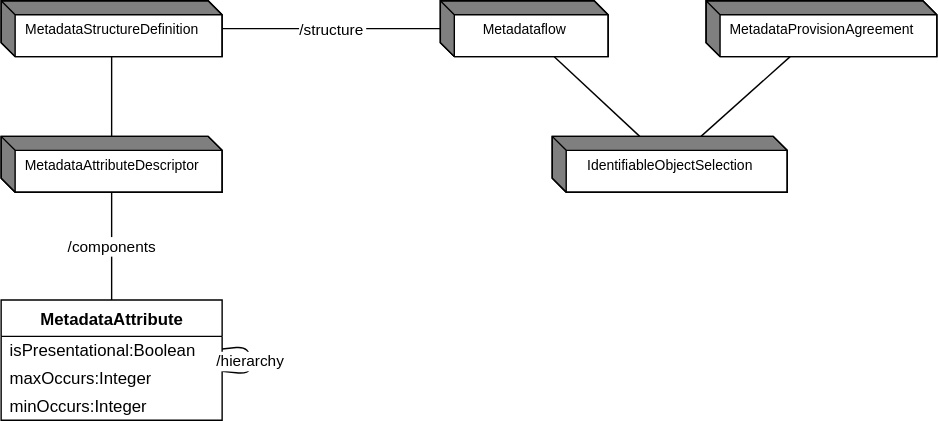
This is docs/information_model/media/sdmx_metadatastructure-metadatastructure_relationship.svg from sdmx-twg/sdmx-im, a draw.io export, as it was before one commit. Source tidied: cells renumbered, new cells last; positions are measured from the earlier drawing's top-left corner, leaving out a move shared by most shapes.
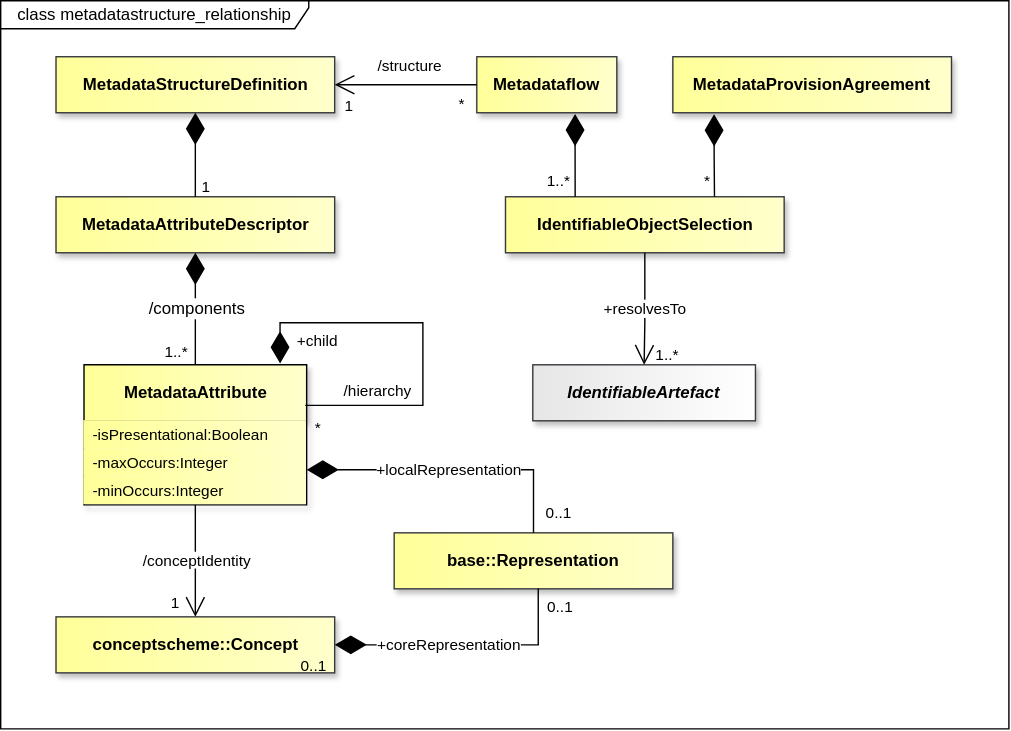
The same diagram one commit later.

What changed in the source:
```diff
@@ -2,83 +2,178 @@
   <root>
     <mxCell id="0" />
     <mxCell id="1" parent="0" />
+    <mxCell id="28" value="class metadatastructure_relationship" style="shape=umlFrame;whiteSpace=wrap;html=1;fillColor=light-dark(#FFFFFF,#121212);swimlaneFillColor=light-dark(#FFFFFF,#121212);width=220;height=20;" parent="1" vertex="1">
+      <mxGeometry x="-26" y="-70" width="720" height="520" as="geometry" />
+    </mxCell>
+    <mxCell id="11" style="endArrow=none;" parent="1" edge="1">
+      <mxGeometry relative="1" as="geometry" />
+    </mxCell>
+    <mxCell id="12" style="endArrow=none;" parent="1" edge="1">
+      <mxGeometry relative="1" as="geometry" />
+    </mxCell>
+    <mxCell id="18" style="endArrow=none;" parent="1" edge="1">
+      <mxGeometry relative="1" as="geometry" />
+    </mxCell>
-    <mxCell id="2" value="MetadataStructureDefinition" style="shape=mxgraph.dfd.externalEntity;fontSize=10;" parent="1" vertex="1">
-      <mxGeometry width="158" height="40" as="geometry" />
+    <mxCell id="2" value="&lt;span&gt;&lt;span&gt;MetadataStructureDefinition&lt;/span&gt;&lt;/span&gt;" style="whiteSpace=wrap;html=1;verticalAlign=middle;gradientDirection=east;imageVerticalAlign=top;fontStyle=1;fillColor=light-dark(#FFFF99,#FFFF99);strokeColor=#36393d;fontColor=light-dark(#000000,#000000);gradientColor=light-dark(#FFFFCC,#FFFFCC);shadow=1;" parent="1" vertex="1">
+      <mxGeometry x="13.5" y="-30" width="199" height="40" as="geometry" />
     </mxCell>
-    <mxCell id="3" value="IdentifiableObjectSelection" style="shape=mxgraph.dfd.externalEntity;fontSize=10;" parent="1" vertex="1">
-      <mxGeometry x="394" y="97" width="168" height="40" as="geometry" />
-    </mxCell>
-    <mxCell id="4" value="MetadataAttributeDescriptor" style="shape=mxgraph.dfd.externalEntity;fontSize=10;" parent="1" vertex="1">
-      <mxGeometry y="97" width="158" height="40" as="geometry" />
-    </mxCell>
-    <mxCell id="5" value="Metadataflow" style="shape=mxgraph.dfd.externalEntity;fontSize=10;" parent="1" vertex="1">
-      <mxGeometry x="314" width="120" height="40" as="geometry" />
+    <mxCell id="5" value="&lt;span&gt;&lt;span&gt;Metadataflow&lt;/span&gt;&lt;/span&gt;" style="whiteSpace=wrap;html=1;verticalAlign=middle;gradientDirection=east;imageVerticalAlign=top;fontStyle=1;fillColor=light-dark(#FFFF99,#FFFF99);strokeColor=#36393d;fontColor=light-dark(#000000,#000000);gradientColor=light-dark(#FFFFCC,#FFFFCC);shadow=1;" parent="1" vertex="1">
+      <mxGeometry x="314" y="-30" width="100" height="40" as="geometry" />
     </mxCell>
-    <mxCell id="6" value="MetadataProvisionAgreement" style="shape=mxgraph.dfd.externalEntity;fontSize=10;" parent="1" vertex="1">
-      <mxGeometry x="504" width="165" height="40" as="geometry" />
+    <mxCell id="6" value="MetadataProvisionAgreement" style="whiteSpace=wrap;html=1;verticalAlign=middle;gradientDirection=east;imageVerticalAlign=top;fontStyle=1;fillColor=light-dark(#FFFF99,#FFFF99);strokeColor=#36393d;fontColor=light-dark(#000000,#000000);gradientColor=light-dark(#FFFFCC,#FFFFCC);shadow=1;" parent="1" vertex="1">
+      <mxGeometry x="454" y="-30" width="199" height="40" as="geometry" />
     </mxCell>
+    <mxCell id="4" value="MetadataAttributeDescriptor" style="whiteSpace=wrap;html=1;verticalAlign=middle;gradientDirection=east;imageVerticalAlign=top;fontStyle=1;fillColor=light-dark(#FFFF99,#FFFF99);strokeColor=#36393d;fontColor=light-dark(#000000,#000000);gradientColor=light-dark(#FFFFCC,#FFFFCC);shadow=1;" parent="1" vertex="1">
+      <mxGeometry x="13.5" y="70" width="199" height="40" as="geometry" />
+    </mxCell>
+    <mxCell id="14" value="&lt;span style=&quot;background-color: rgb(255, 255, 255);&quot;&gt;/structure&lt;/span&gt;" style="endArrow=open;html=1;endSize=12;startArrow=none;startSize=20;startFill=0;edgeStyle=orthogonalEdgeStyle;rounded=0;endFill=0;strokeColor=light-dark(#000000,#FFFFFF);fontColor=light-dark(#000000,#FFFFFF);labelBackgroundColor=none;entryX=1;entryY=0.5;entryDx=0;entryDy=0;exitX=0;exitY=0.5;exitDx=0;exitDy=0;" parent="1" edge="1" source="5" target="2">
+      <mxGeometry x="-0.06" y="-13" relative="1" as="geometry" />
+    </mxCell>
+    <mxCell id="29" value="1" style="edgeLabel;html=1;align=left;verticalAlign=top;labelBackgroundColor=none;fontColor=light-dark(#000000,#FFFFFF);" parent="14" vertex="1">
+      <mxGeometry x="0.85" relative="1" as="geometry">
+        <mxPoint x="-2" y="2" as="offset" />
+      </mxGeometry>
+    </mxCell>
+    <mxCell id="30" value="*" style="edgeLabel;html=1;align=center;verticalAlign=middle;fontSize=11;" parent="14" vertex="1">
+      <mxGeometry x="-0.75" y="2" relative="1" as="geometry">
+        <mxPoint x="1" y="12" as="offset" />
+      </mxGeometry>
+    </mxCell>
+    <mxCell id="31" style="endArrow=none;html=1;endSize=12;startArrow=diamondThin;startSize=20;startFill=1;edgeStyle=orthogonalEdgeStyle;rounded=0;endFill=0;strokeColor=light-dark(#000000,#FFFFFF);fontColor=light-dark(#000000,#FFFFFF);labelBackgroundColor=none;exitX=0.5;exitY=1;exitDx=0;exitDy=0;entryX=0.5;entryY=0;entryDx=0;entryDy=0;" parent="1" edge="1" source="2" target="4">
+      <mxGeometry x="0.45" y="-28" relative="1" as="geometry">
+        <mxPoint x="-1" as="offset" />
+      </mxGeometry>
+    </mxCell>
+    <mxCell id="32" value="1" style="edgeLabel;html=1;align=right;verticalAlign=top;labelBackgroundColor=none;fontColor=light-dark(#000000,#FFFFFF);" parent="31" vertex="1">
+      <mxGeometry x="1" relative="1" as="geometry">
+        <mxPoint x="11" y="-20" as="offset" />
+      </mxGeometry>
+    </mxCell>
+    <mxCell id="3" value="IdentifiableObjectSelection" style="whiteSpace=wrap;html=1;verticalAlign=middle;gradientDirection=east;imageVerticalAlign=top;fontStyle=1;fillColor=light-dark(#FFFF99,#FFFF99);strokeColor=#36393d;fontColor=light-dark(#000000,#000000);gradientColor=light-dark(#FFFFCC,#FFFFCC);shadow=1;" parent="1" vertex="1">
+      <mxGeometry x="334.5" y="70" width="199" height="40" as="geometry" />
+    </mxCell>
+    <mxCell id="33" style="endArrow=none;html=1;endSize=12;startArrow=diamondThin;startSize=20;startFill=1;edgeStyle=orthogonalEdgeStyle;rounded=0;endFill=0;strokeColor=light-dark(#000000,#FFFFFF);fontColor=light-dark(#000000,#FFFFFF);labelBackgroundColor=none;exitX=0.702;exitY=1.022;exitDx=0;exitDy=0;entryX=0.25;entryY=0;entryDx=0;entryDy=0;exitPerimeter=0;" parent="1" edge="1" source="5" target="3">
+      <mxGeometry x="0.49" y="-28" relative="1" as="geometry">
+        <mxPoint x="-1" as="offset" />
+      </mxGeometry>
+    </mxCell>
+    <mxCell id="34" value="1..*" style="edgeLabel;html=1;align=right;verticalAlign=top;labelBackgroundColor=none;fontColor=light-dark(#000000,#FFFFFF);" parent="33" vertex="1">
+      <mxGeometry x="1" relative="1" as="geometry">
+        <mxPoint x="-3" y="-24" as="offset" />
+      </mxGeometry>
+    </mxCell>
+    <mxCell id="35" style="endArrow=none;html=1;endSize=12;startArrow=diamondThin;startSize=20;startFill=1;edgeStyle=orthogonalEdgeStyle;rounded=0;endFill=0;strokeColor=light-dark(#000000,#FFFFFF);fontColor=light-dark(#000000,#FFFFFF);labelBackgroundColor=none;exitX=0.148;exitY=1.027;exitDx=0;exitDy=0;entryX=0.75;entryY=0;entryDx=0;entryDy=0;exitPerimeter=0;" parent="1" edge="1" source="6" target="3">
+      <mxGeometry x="0.54" y="-28" relative="1" as="geometry">
+        <mxPoint x="-1" as="offset" />
+      </mxGeometry>
+    </mxCell>
+    <mxCell id="36" value="*" style="edgeLabel;html=1;align=right;verticalAlign=top;labelBackgroundColor=none;fontColor=light-dark(#000000,#FFFFFF);" parent="35" vertex="1">
+      <mxGeometry x="1" relative="1" as="geometry">
+        <mxPoint x="-3" y="-24" as="offset" />
+      </mxGeometry>
+    </mxCell>
-    <mxCell id="7" value="MetadataAttribute" style="swimlane;fontStyle=1;align=center;verticalAlign=top;horizontal=1;startSize=26;whiteSpace=wrap;html=1;" parent="1" vertex="1">
-      <mxGeometry y="214" width="158" height="86" as="geometry" />
+    <mxCell id="7" value="MetadataAttribute" style="swimlane;fontStyle=1;align=center;verticalAlign=middle;horizontal=1;startSize=40;whiteSpace=wrap;html=1;fillColor=light-dark(#FFFF99,#FFFF99);strokeColor=light-dark(#000000,#000000);gradientDirection=east;swimlaneLine=1;fontColor=light-dark(#000000,#000000);labelBackgroundColor=none;textShadow=0;gradientColor=light-dark(#FFFFCC,#FFFFCC);shadow=1;" parent="1" vertex="1">
+      <mxGeometry x="33.5" y="190" width="159" height="100" as="geometry" />
     </mxCell>
-    <mxCell id="8" value="isPresentational:Boolean" style="text;strokeColor=none;fillColor=none;align=left;verticalAlign=middle;spacingLeft=4;spacingRight=4;overflow=hidden;whiteSpace=wrap;html=1;" parent="7" vertex="1">
-      <mxGeometry y="26" width="158" height="20" as="geometry" />
-    </mxCell>
-    <mxCell id="9" value="maxOccurs:Integer" style="text;strokeColor=none;fillColor=none;align=left;verticalAlign=middle;spacingLeft=4;spacingRight=4;overflow=hidden;whiteSpace=wrap;html=1;" parent="7" vertex="1">
-      <mxGeometry y="46" width="158" height="20" as="geometry" />
-    </mxCell>
-    <mxCell id="10" value="minOccurs:Integer" style="text;strokeColor=none;fillColor=none;align=left;verticalAlign=middle;spacingLeft=4;spacingRight=4;overflow=hidden;whiteSpace=wrap;html=1;" parent="7" vertex="1">
-      <mxGeometry y="66" width="158" height="20" as="geometry" />
-    </mxCell>
-    <mxCell id="11" style="endArrow=none;" parent="1" edge="1">
-      <mxGeometry relative="1" as="geometry" />
-    </mxCell>
-    <mxCell id="12" style="endArrow=none;" parent="1" edge="1">
-      <mxGeometry relative="1" as="geometry" />
-    </mxCell>
-    <mxCell id="13" style="endArrow=none;" parent="1" edge="1" source="4" target="2">
-      <mxGeometry relative="1" as="geometry" />
-    </mxCell>
-    <mxCell id="14" value="/structure" style="endArrow=none;" parent="1" edge="1" source="2" target="5">
-      <mxGeometry relative="1" as="geometry" />
-    </mxCell>
-    <mxCell id="15" style="endArrow=none;" parent="1" edge="1" source="3" target="5">
-      <mxGeometry relative="1" as="geometry" />
-    </mxCell>
-    <mxCell id="16" style="endArrow=none;" parent="1" edge="1" source="3" target="6">
-      <mxGeometry relative="1" as="geometry" />
-    </mxCell>
+    <mxCell id="37" value="-isPresentational:Boolean" style="text;strokeColor=none;fillColor=light-dark(#FFFF99,#FFFF99);align=left;verticalAlign=middle;spacingLeft=4;spacingRight=4;overflow=hidden;whiteSpace=wrap;html=1;fontFamily=Helvetica;fontSize=11;fontColor=light-dark(#000000,#000000);gradientColor=light-dark(#FFFFCC,#FFFFCC);gradientDirection=east;" parent="7" vertex="1">
+      <mxGeometry y="40" width="159" height="20" as="geometry" />
+    </mxCell>
+    <mxCell id="38" value="-maxOccurs:Integer" style="text;strokeColor=none;fillColor=light-dark(#FFFF99,#FFFF99);align=left;verticalAlign=middle;spacingLeft=4;spacingRight=4;overflow=hidden;whiteSpace=wrap;html=1;fontFamily=Helvetica;fontSize=11;fontColor=light-dark(#000000,#000000);gradientColor=light-dark(#FFFFCC,#FFFFCC);gradientDirection=east;" parent="7" vertex="1">
+      <mxGeometry y="60" width="159" height="20" as="geometry" />
+    </mxCell>
+    <mxCell id="39" value="-minOccurs:Integer" style="text;strokeColor=none;fillColor=light-dark(#FFFF99,#FFFF99);align=left;verticalAlign=middle;spacingLeft=4;spacingRight=4;overflow=hidden;whiteSpace=wrap;html=1;fontFamily=Helvetica;fontSize=11;fontColor=light-dark(#000000,#000000);gradientColor=light-dark(#FFFFCC,#FFFFCC);gradientDirection=east;" parent="7" vertex="1">
+      <mxGeometry y="80" width="159" height="20" as="geometry" />
+    </mxCell>
+    <mxCell id="25" value="&lt;font style=&quot;color: light-dark(rgb(0, 0, 0), rgb(255, 255, 255)); background-color: light-dark(rgb(255, 255, 255), rgb(0, 0, 0));&quot;&gt;/hierarchy&lt;/font&gt;" style="endArrow=none;html=1;endSize=12;startArrow=diamondThin;startSize=20;startFill=1;edgeStyle=orthogonalEdgeStyle;rounded=0;endFill=0;strokeColor=light-dark(#000000,#FFFFFF);fontColor=light-dark(#000000,#FFFFFF);labelBackgroundColor=none;entryX=1;entryY=0.5;entryDx=0;entryDy=0;" parent="1" edge="1">
+      <mxGeometry x="0.62" y="-10" relative="1" as="geometry">
+        <mxPoint x="173.5" y="189" as="sourcePoint" />
+        <mxPoint x="191.5" y="219" as="targetPoint" />
+        <Array as="points">
+          <mxPoint x="173.5" y="160" />
+          <mxPoint x="275.5" y="160" />
+          <mxPoint x="275.5" y="220" />
+        </Array>
+      </mxGeometry>
+    </mxCell>
+    <mxCell id="40" value="+child" style="edgeLabel;html=1;align=left;verticalAlign=top;labelBackgroundColor=none;fontColor=light-dark(#000000,#FFFFFF);" parent="25" vertex="1">
+      <mxGeometry x="-1" relative="1" as="geometry">
+        <mxPoint x="10" y="-29" as="offset" />
+      </mxGeometry>
+    </mxCell>
+    <mxCell id="41" value="*" style="edgeLabel;html=1;align=right;verticalAlign=top;labelBackgroundColor=none;fontColor=light-dark(#000000,#FFFFFF);" parent="25" vertex="1">
+      <mxGeometry x="1" relative="1" as="geometry">
+        <mxPoint x="12" y="3" as="offset" />
+      </mxGeometry>
+    </mxCell>
+    <mxCell id="42" style="endArrow=none;html=1;endSize=12;startArrow=diamondThin;startSize=20;startFill=1;edgeStyle=orthogonalEdgeStyle;rounded=0;endFill=0;strokeColor=light-dark(#000000,#FFFFFF);fontColor=light-dark(#000000,#FFFFFF);labelBackgroundColor=none;exitX=0.5;exitY=1;exitDx=0;exitDy=0;entryX=0.5;entryY=0;entryDx=0;entryDy=0;" parent="1" edge="1" source="4" target="7">
+      <mxGeometry x="0.46" y="-28" relative="1" as="geometry">
+        <mxPoint x="-1" as="offset" />
+      </mxGeometry>
+    </mxCell>
+    <mxCell id="43" value="1..*" style="edgeLabel;html=1;align=right;verticalAlign=top;labelBackgroundColor=none;fontColor=light-dark(#000000,#FFFFFF);" parent="42" vertex="1">
+      <mxGeometry x="1" relative="1" as="geometry">
+        <mxPoint x="-5" y="-22" as="offset" />
+      </mxGeometry>
+    </mxCell>
+    <mxCell id="20" value="/components" style="edgeLabel;html=1;align=center;verticalAlign=middle;fontSize=12;" parent="42" vertex="1">
+      <mxGeometry x="0.26" y="1" relative="1" as="geometry">
+        <mxPoint x="-1" y="-10" as="offset" />
+      </mxGeometry>
+    </mxCell>
+    <mxCell id="44" value="conceptscheme::Concept" style="whiteSpace=wrap;html=1;verticalAlign=middle;gradientDirection=east;imageVerticalAlign=top;fontStyle=1;fillColor=light-dark(#FFFF99,#FFFF99);strokeColor=#36393d;fontColor=light-dark(#000000,#000000);gradientColor=light-dark(#FFFFCC,#FFFFCC);shadow=1;" parent="1" vertex="1">
+      <mxGeometry x="13.5" y="370" width="199" height="40" as="geometry" />
+    </mxCell>
+    <mxCell id="45" value="base::Representation" style="whiteSpace=wrap;html=1;verticalAlign=middle;gradientDirection=east;imageVerticalAlign=top;fontStyle=1;fillColor=light-dark(#FFFF99,#FFFF99);strokeColor=#36393d;fontColor=light-dark(#000000,#000000);gradientColor=light-dark(#FFFFCC,#FFFFCC);shadow=1;" parent="1" vertex="1">
+      <mxGeometry x="255" y="310" width="199" height="40" as="geometry" />
+    </mxCell>
+    <mxCell id="23" value="&lt;span style=&quot;background-color: rgb(255, 255, 255);&quot;&gt;/conceptIdentity&lt;/span&gt;" style="endArrow=open;html=1;endSize=12;startArrow=none;startSize=20;startFill=0;edgeStyle=orthogonalEdgeStyle;rounded=0;endFill=0;strokeColor=light-dark(#000000,#FFFFFF);fontColor=light-dark(#000000,#FFFFFF);labelBackgroundColor=none;exitX=0.5;exitY=1;exitDx=0;exitDy=0;entryX=0.5;entryY=0;entryDx=0;entryDy=0;" parent="1" edge="1" source="7" target="44">
+      <mxGeometry y="1" relative="1" as="geometry" />
+    </mxCell>
+    <mxCell id="46" value="1" style="edgeLabel;html=1;align=left;verticalAlign=top;labelBackgroundColor=none;fontColor=light-dark(#000000,#FFFFFF);" parent="23" vertex="1">
+      <mxGeometry x="0.48" relative="1" as="geometry">
+        <mxPoint x="-19" y="-2" as="offset" />
+      </mxGeometry>
+    </mxCell>
+    <mxCell id="47" value="&lt;span style=&quot;background-color: light-dark(rgb(255, 255, 255), rgb(0, 0, 0));&quot;&gt;&lt;font style=&quot;color: light-dark(rgb(0, 0, 0), rgb(255, 255, 255));&quot;&gt;+localRepresentation&lt;/font&gt;&lt;/span&gt;" style="endArrow=none;html=1;endSize=12;startArrow=diamondThin;startSize=20;startFill=1;edgeStyle=orthogonalEdgeStyle;rounded=0;endFill=0;strokeColor=light-dark(#000000,#FFFFFF);fontColor=light-dark(#000000,#FFFFFF);labelBackgroundColor=none;exitX=1;exitY=0.75;exitDx=0;exitDy=0;entryX=0.5;entryY=0;entryDx=0;entryDy=0;" parent="1" edge="1" source="7" target="45">
+      <mxGeometry x="-0.02" relative="1" as="geometry">
+        <mxPoint x="-1" as="offset" />
+      </mxGeometry>
+    </mxCell>
+    <mxCell id="48" value="0..1" style="edgeLabel;html=1;align=right;verticalAlign=top;labelBackgroundColor=none;fontColor=light-dark(#000000,#FFFFFF);" parent="47" vertex="1">
+      <mxGeometry x="1" relative="1" as="geometry">
+        <mxPoint x="27" y="-27" as="offset" />
+      </mxGeometry>
+    </mxCell>
+    <mxCell id="49" value="&lt;span style=&quot;background-color: rgb(255, 255, 255);&quot;&gt;+coreRepresentation&lt;/span&gt;" style="endArrow=none;html=1;endSize=12;startArrow=diamondThin;startSize=20;startFill=1;edgeStyle=orthogonalEdgeStyle;rounded=0;endFill=0;strokeColor=light-dark(#000000,#FFFFFF);fontColor=light-dark(#000000,#FFFFFF);labelBackgroundColor=none;exitX=1;exitY=0.5;exitDx=0;exitDy=0;entryX=0.517;entryY=0.993;entryDx=0;entryDy=0;entryPerimeter=0;" parent="1" edge="1" source="44" target="45">
+      <mxGeometry x="-0.12" relative="1" as="geometry">
+        <mxPoint x="-1" as="offset" />
+      </mxGeometry>
+    </mxCell>
+    <mxCell id="50" value="0..1" style="edgeLabel;html=1;align=right;verticalAlign=top;labelBackgroundColor=none;fontColor=light-dark(#000000,#FFFFFF);" parent="49" vertex="1">
+      <mxGeometry x="-0.11" relative="1" as="geometry">
+        <mxPoint x="-89" y="2" as="offset" />
+      </mxGeometry>
+    </mxCell>
+    <mxCell id="51" value="0..1" style="edgeLabel;html=1;align=right;verticalAlign=top;labelBackgroundColor=none;fontColor=light-dark(#000000,#FFFFFF);" parent="49" vertex="1">
+      <mxGeometry x="1" relative="1" as="geometry">
+        <mxPoint x="25" y="1" as="offset" />
+      </mxGeometry>
+    </mxCell>
+    <mxCell id="52" value="IdentifiableArtefact" style="whiteSpace=wrap;html=1;verticalAlign=middle;gradientDirection=east;imageVerticalAlign=top;fontStyle=3;fillColor=light-dark(#E6E6E6,#E6E6E6);strokeColor=#36393d;fontColor=light-dark(#000000,#000000);gradientColor=light-dark(#FFFFFF,#FFFFFF);shadow=1;" parent="1" vertex="1">
+      <mxGeometry x="354" y="190" width="159" height="40" as="geometry" />
+    </mxCell>
-    <mxCell id="17" value="+resolvesTo" style="endArrow=none;" parent="1" edge="1" source="3">
-      <mxGeometry relative="1" as="geometry" />
+    <mxCell id="17" value="&lt;span style=&quot;&quot;&gt;+resolvesTo&lt;/span&gt;" style="endArrow=open;html=1;endSize=12;startArrow=none;startSize=20;startFill=0;edgeStyle=orthogonalEdgeStyle;rounded=0;endFill=0;strokeColor=light-dark(#000000,#FFFFFF);fontColor=light-dark(#000000,#FFFFFF);labelBackgroundColor=default;entryX=0.5;entryY=0;entryDx=0;entryDy=0;exitX=0.5;exitY=1;exitDx=0;exitDy=0;" parent="1" edge="1" source="3" target="52">
+      <mxGeometry relative="1" as="geometry">
+        <Array as="points">
+          <mxPoint x="434" y="160" />
+          <mxPoint x="433" y="160" />
+        </Array>
+      </mxGeometry>
     </mxCell>
-    <mxCell id="18" style="endArrow=none;" parent="1" edge="1">
-      <mxGeometry relative="1" as="geometry" />
-    </mxCell>
-    <mxCell id="19" value="+valueFor" style="endArrow=none;" parent="1" edge="1" target="7">
-      <mxGeometry relative="1" as="geometry" />
-    </mxCell>
-    <mxCell id="20" value="/components" style="endArrow=none;" parent="1" edge="1" source="7" target="4">
-      <mxGeometry relative="1" as="geometry" />
-    </mxCell>
-    <mxCell id="21" style="endArrow=none;" parent="1" edge="1" source="6">
-      <mxGeometry relative="1" as="geometry" />
-    </mxCell>
-    <mxCell id="22" value="controlledBy" style="endArrow=none;" parent="1" edge="1" source="6">
-      <mxGeometry relative="1" as="geometry" />
-    </mxCell>
-    <mxCell id="23" value="/conceptIdentity" style="endArrow=none;" parent="1" edge="1" source="7">
-      <mxGeometry relative="1" as="geometry" />
-    </mxCell>
-    <mxCell id="24" style="endArrow=none;" parent="1" edge="1" target="7">
-      <mxGeometry relative="1" as="geometry" />
-    </mxCell>
-    <mxCell id="25" value="/hierarchy" style="endArrow=none;" parent="1" edge="1" source="7" target="7">
-      <mxGeometry relative="1" as="geometry" />
-    </mxCell>
-    <mxCell id="26" style="endArrow=none;" parent="1" edge="1" target="7">
-      <mxGeometry relative="1" as="geometry" />
-    </mxCell>
-    <mxCell id="27" style="dashed=1;endArrow=none;html=1;curved=1;edgeStyle=entityRelationEdgeStyle;elbow=vertical;fontStyle=1;fontSize=10;exitX=undefined;exitY=undefined;entryX=undefined;entryY=undefined;entryDx=0;entryDy=0;jettySize=auto;jumpStyle=none;rounded=0;orthogonal=1;strokeColor=#808080;fillColor=none;" parent="1" edge="1" source="3">
-      <mxGeometry relative="1" as="geometry" />
-    </mxCell>
+    <mxCell id="53" value="1..*" style="edgeLabel;html=1;align=left;verticalAlign=top;labelBackgroundColor=none;fontColor=light-dark(#000000,#FFFFFF);" parent="17" vertex="1">
+      <mxGeometry x="0.61" relative="1" as="geometry">
+        <mxPoint x="6" y="-4" as="offset" />
+      </mxGeometry>
+    </mxCell>
   </root>
 </mxGraphModel>
```
